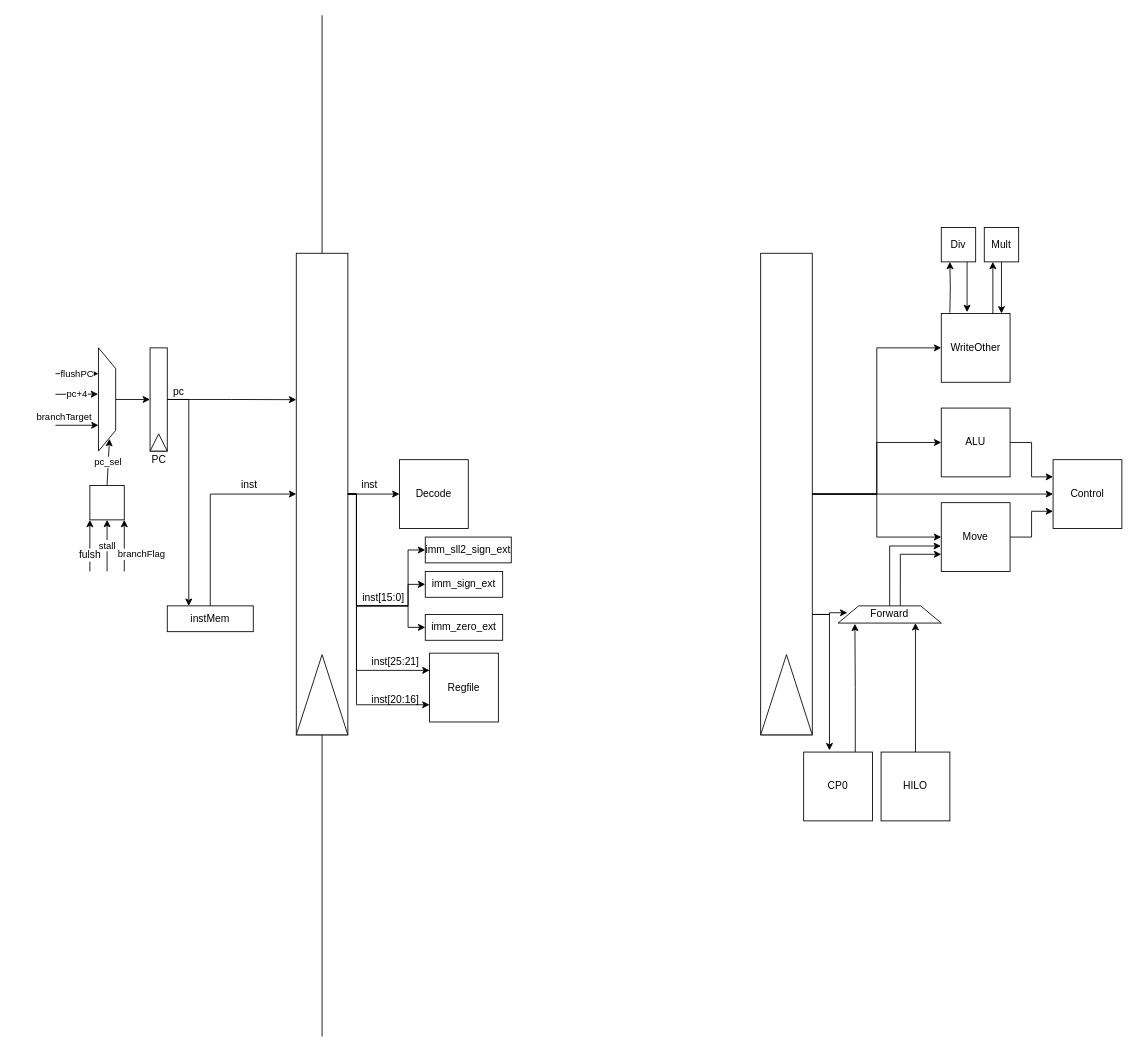
Earlier version of the draw.io diagram phoenix.drawio (amadeus-mips/amadeus-mips). Source tidied: cells renumbered, new cells numbered last; positions are measured from the earlier drawing's top-left corner, leaving out a move shared by most shapes. Both pictures are drawn from the tidied source at 86%, with x=0, y=0 at pixel (55, 15).
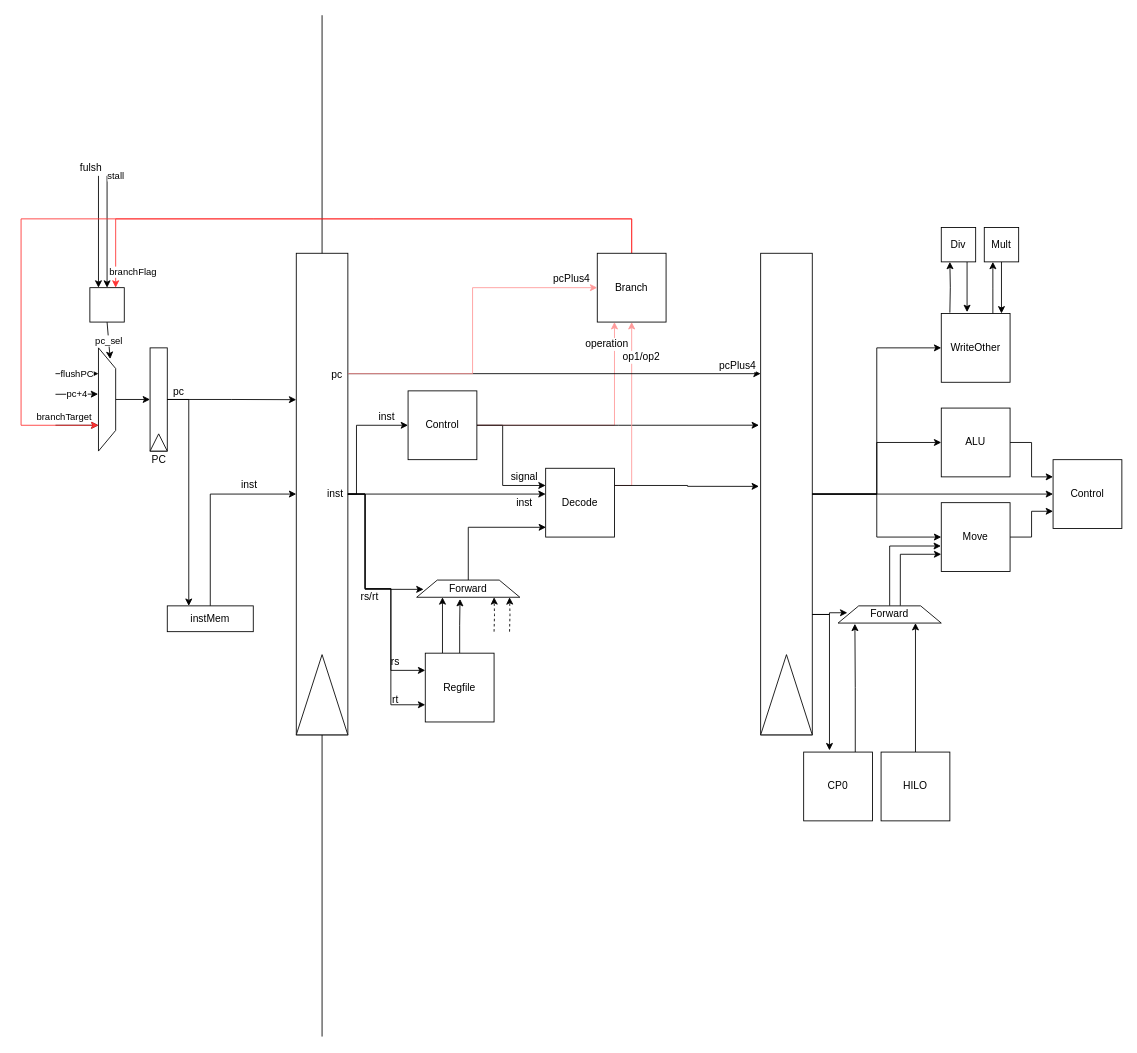
The same page after the edit.

The change refers to these unchanged cells:
```xml
<mxCell id="3" style="shape=trapezoid;whiteSpace=wrap;html=1;strokeColor=#000000;strokeWidth=1;rotation=90;points=[[0.75,1],[0.25,1],[0.5,1],[0.9,1],[0.5,0]];" parent="1" vertex="1">
  <mxGeometry y="437" width="120" height="20" as="geometry" />
</mxCell>
<mxCell id="21" style="group;" parent="1" vertex="1">
  <mxGeometry x="280" y="277" width="60" height="560" as="geometry" />
</mxCell>
<mxCell id="22" style="rounded=0;whiteSpace=wrap;html=1;strokeColor=#000000;strokeWidth=1;direction=south;" parent="21" vertex="1">
  <mxGeometry width="60" height="560" as="geometry" />
</mxCell>
<mxCell id="43" style="rounded=0;whiteSpace=wrap;html=1;strokeColor=#000000;strokeWidth=1;direction=south;" parent="42" vertex="1">
  <mxGeometry width="60" height="560" as="geometry" />
</mxCell>
```

Diff of the diagram source:
```diff
@@
-    <mxCell id="4" value="pc_sel" style="endArrow=classic;html=1;entryX=0.882;entryY=0.36;entryDx=0;entryDy=0;entryPerimeter=0;exitX=0.5;exitY=0;exitDx=0;exitDy=0;" parent="1" edge="1" source="5" target="3">
+    <mxCell id="4" value="pc_sel" style="endArrow=classic;html=1;exitX=0.5;exitY=1;exitDx=0;exitDy=0;entryX=0.108;entryY=0.32;entryDx=0;entryDy=0;entryPerimeter=0;" parent="1" edge="1" source="5" target="3">
       <mxGeometry relative="1" as="geometry" />
     </mxCell>
     <mxCell id="5" style="whiteSpace=wrap;html=1;" parent="1" vertex="1">
-      <mxGeometry x="40" y="547" width="40" height="40" as="geometry" />
+      <mxGeometry x="40" y="317" width="40" height="40" as="geometry" />
     </mxCell>
-    <mxCell id="6" style="endArrow=classic;html=1;entryX=0;entryY=1;entryDx=0;entryDy=0;" parent="1" edge="1" target="5">
+    <mxCell id="6" style="endArrow=classic;html=1;entryX=0.25;entryY=0;entryDx=0;entryDy=0;" parent="1" edge="1" target="5">
       <mxGeometry relative="1" as="geometry">
-        <mxPoint x="40" y="647" as="sourcePoint" />
+        <mxPoint x="50" y="187" as="sourcePoint" />
       </mxGeometry>
     </mxCell>
     <mxCell id="7" value="fulsh" style="text;html=1;align=center;verticalAlign=middle;labelBackgroundColor=#ffffff;" parent="6" vertex="1">
-      <mxGeometry x="-0.35" y="1" relative="1" as="geometry" />
+      <mxGeometry x="-0.35" y="1" relative="1" as="geometry">
+        <mxPoint x="-11" y="-52" as="offset" />
+      </mxGeometry>
     </mxCell>
-    <mxCell id="8" value="stall" style="endArrow=classic;html=1;entryX=0.5;entryY=1;entryDx=0;entryDy=0;" parent="1" edge="1" target="5">
-      <mxGeometry relative="1" as="geometry">
-        <mxPoint x="60" y="647" as="sourcePoint" />
+    <mxCell id="8" value="stall" style="endArrow=classic;html=1;entryX=0.5;entryY=0;entryDx=0;entryDy=0;" parent="1" edge="1" target="5">
+      <mxGeometry x="-1" y="10" relative="1" as="geometry">
+        <mxPoint x="60" y="187" as="sourcePoint" />
       </mxGeometry>
     </mxCell>
-    <mxCell id="9" value="branchFlag" style="endArrow=classic;html=1;entryX=1;entryY=1;entryDx=0;entryDy=0;" parent="1" edge="1" target="5">
-      <mxGeometry x="-0.33" y="-20" relative="1" as="geometry">
-        <mxPoint x="80" y="647" as="sourcePoint" />
+    <mxCell id="9" value="branchFlag" style="endArrow=classic;html=1;entryX=0.75;entryY=0;entryDx=0;entryDy=0;exitX=0.5;exitY=0;exitDx=0;exitDy=0;rounded=0;strokeColor=#FF3333;" parent="1" edge="1" source="91" target="5">
+      <mxGeometry x="0.95" y="20" relative="1" as="geometry">
+        <Array as="points">
+          <mxPoint x="670" y="237" />
+          <mxPoint x="370" y="237" />
+          <mxPoint x="70" y="237" />
+        </Array>
       </mxGeometry>
     </mxCell>
@@
+    <mxCell id="70" value="inst" style="text;html=1;align=center;verticalAlign=middle;" parent="21" vertex="1">
+      <mxGeometry x="30" y="270" width="30" height="20" as="geometry" />
+    </mxCell>
@@
+    <mxCell id="71" value="&lt;br&gt;" style="edgeStyle=orthogonalEdgeStyle;rounded=0;jettySize=auto;html=1;exitX=1;exitY=0.5;exitDx=0;exitDy=0;entryX=0;entryY=0.25;entryDx=0;entryDy=0;" parent="1" edge="1" source="27" target="86">
+      <mxGeometry x="0.36" relative="1" as="geometry">
+        <Array as="points">
+          <mxPoint x="520" y="477" />
+          <mxPoint x="520" y="547" />
+        </Array>
+      </mxGeometry>
+    </mxCell>
+    <mxCell id="72" style="edgeStyle=orthogonalEdgeStyle;rounded=0;jettySize=auto;html=1;exitX=1;exitY=0.5;exitDx=0;exitDy=0;entryX=0.25;entryY=1;entryDx=0;entryDy=0;strokeColor=#FF9999;" parent="1" edge="1" source="27" target="91">
+      <mxGeometry relative="1" as="geometry" />
+    </mxCell>
+    <mxCell id="73" value="operation" style="text;html=1;align=center;verticalAlign=middle;labelBackgroundColor=#ffffff;" parent="72" vertex="1">
+      <mxGeometry x="0.85" y="-2" relative="1" as="geometry">
+        <mxPoint x="-12" y="4" as="offset" />
+      </mxGeometry>
+    </mxCell>
+    <mxCell id="74" style="edgeStyle=orthogonalEdgeStyle;rounded=0;jettySize=auto;html=1;exitX=1;exitY=0.5;exitDx=0;exitDy=0;entryX=0.357;entryY=1.033;entryDx=0;entryDy=0;entryPerimeter=0;strokeColor=#000000;" parent="1" edge="1" source="27" target="43">
+      <mxGeometry relative="1" as="geometry" />
+    </mxCell>
-    <mxCell id="27" value="Decode" style="whiteSpace=wrap;html=1;" parent="1" vertex="1">
-      <mxGeometry x="400" y="517" width="80" height="80" as="geometry" />
+    <mxCell id="27" value="Control" style="whiteSpace=wrap;html=1;" parent="1" vertex="1">
+      <mxGeometry x="410" y="437" width="80" height="80" as="geometry" />
     </mxCell>
     <mxCell id="28" style="edgeStyle=orthogonalEdgeStyle;rounded=0;jettySize=auto;html=1;exitX=0.5;exitY=0;exitDx=0;exitDy=0;entryX=0;entryY=0.5;entryDx=0;entryDy=0;" parent="1" edge="1" source="22" target="27">
-      <mxGeometry relative="1" as="geometry" />
+      <mxGeometry relative="1" as="geometry">
+        <Array as="points">
+          <mxPoint x="350" y="557" />
+          <mxPoint x="350" y="477" />
+        </Array>
+      </mxGeometry>
     </mxCell>
     <mxCell id="29" value="inst" style="text;html=1;align=center;verticalAlign=middle;" parent="1" vertex="1">
-      <mxGeometry x="350" y="537" width="30" height="20" as="geometry" />
+      <mxGeometry x="370" y="457" width="30" height="20" as="geometry" />
     </mxCell>
-    <mxCell id="30" style="edgeStyle=orthogonalEdgeStyle;rounded=0;jettySize=auto;html=1;exitX=0.5;exitY=0;exitDx=0;exitDy=0;entryX=0;entryY=0.5;entryDx=0;entryDy=0;" parent="1" edge="1" source="22" target="32">
-      <mxGeometry relative="1" as="geometry">
-        <Array as="points">
-          <mxPoint x="350" y="557" />
-          <mxPoint x="350" y="687" />
-          <mxPoint x="410" y="687" />
-          <mxPoint x="410" y="662" />
-        </Array>
-      </mxGeometry>
-    </mxCell>
-    <mxCell id="31" value="inst[15:0]" style="text;html=1;align=center;verticalAlign=middle;labelBackgroundColor=#ffffff;" parent="30" vertex="1">
-      <mxGeometry x="0.73" y="5" relative="1" as="geometry">
-        <mxPoint x="-25" y="2" as="offset" />
-      </mxGeometry>
-    </mxCell>
-    <mxCell id="32" value="imm_sign_ext" style="rounded=0;whiteSpace=wrap;html=1;" parent="1" vertex="1">
-      <mxGeometry x="430" y="647" width="90" height="30" as="geometry" />
-    </mxCell>
-    <mxCell id="33" style="edgeStyle=orthogonalEdgeStyle;rounded=0;jettySize=auto;html=1;exitX=0.5;exitY=0;exitDx=0;exitDy=0;entryX=0;entryY=0.5;entryDx=0;entryDy=0;" parent="1" edge="1" source="22" target="34">
-      <mxGeometry relative="1" as="geometry">
-        <Array as="points">
-          <mxPoint x="350" y="557" />
-          <mxPoint x="350" y="687" />
-          <mxPoint x="410" y="687" />
-          <mxPoint x="410" y="712" />
-        </Array>
-      </mxGeometry>
-    </mxCell>
-    <mxCell id="34" value="imm_zero_ext" style="rounded=0;whiteSpace=wrap;html=1;" parent="1" vertex="1">
-      <mxGeometry x="430" y="697" width="90" height="30" as="geometry" />
-    </mxCell>
+    <mxCell id="75" style="edgeStyle=orthogonalEdgeStyle;rounded=0;jettySize=auto;html=1;exitX=0.25;exitY=0;exitDx=0;exitDy=0;entryX=0.25;entryY=1;entryDx=0;entryDy=0;" parent="1" edge="1" source="35" target="79">
+      <mxGeometry relative="1" as="geometry" />
+    </mxCell>
+    <mxCell id="76" style="edgeStyle=orthogonalEdgeStyle;rounded=0;jettySize=auto;html=1;exitX=0.5;exitY=0;exitDx=0;exitDy=0;entryX=0.42;entryY=1.1;entryDx=0;entryDy=0;entryPerimeter=0;" parent="1" edge="1" source="35" target="79">
+      <mxGeometry relative="1" as="geometry" />
+    </mxCell>
     <mxCell id="35" value="Regfile" style="whiteSpace=wrap;html=1;" parent="1" vertex="1">
-      <mxGeometry x="435" y="742" width="80" height="80" as="geometry" />
+      <mxGeometry x="430" y="742" width="80" height="80" as="geometry" />
     </mxCell>
     <mxCell id="36" style="edgeStyle=orthogonalEdgeStyle;rounded=0;jettySize=auto;html=1;exitX=0.5;exitY=0;exitDx=0;exitDy=0;entryX=0;entryY=0.25;entryDx=0;entryDy=0;" parent="1" edge="1" source="22" target="35">
       <mxGeometry relative="1" as="geometry">
         <Array as="points">
-          <mxPoint x="350" y="557" />
-          <mxPoint x="350" y="762" />
+          <mxPoint x="360" y="557" />
+          <mxPoint x="360" y="667" />
+          <mxPoint x="390" y="667" />
+          <mxPoint x="390" y="762" />
         </Array>
       </mxGeometry>
     </mxCell>
-    <mxCell id="37" value="inst[25:21]" style="text;html=1;align=center;verticalAlign=middle;" parent="1" vertex="1">
-      <mxGeometry x="360" y="742" width="70" height="20" as="geometry" />
+    <mxCell id="37" value="rs" style="text;html=1;align=center;verticalAlign=middle;" parent="1" vertex="1">
+      <mxGeometry x="380" y="742" width="30" height="20" as="geometry" />
     </mxCell>
     <mxCell id="38" style="edgeStyle=orthogonalEdgeStyle;rounded=0;jettySize=auto;html=1;exitX=0.5;exitY=0;exitDx=0;exitDy=0;entryX=0;entryY=0.75;entryDx=0;entryDy=0;" parent="1" edge="1" source="22" target="35">
       <mxGeometry relative="1" as="geometry">
         <Array as="points">
-          <mxPoint x="350" y="557" />
-          <mxPoint x="350" y="802" />
+          <mxPoint x="360" y="557" />
+          <mxPoint x="360" y="667" />
+          <mxPoint x="390" y="667" />
+          <mxPoint x="390" y="802" />
         </Array>
       </mxGeometry>
     </mxCell>
-    <mxCell id="39" value="inst[20:16]" style="text;html=1;align=center;verticalAlign=middle;" parent="1" vertex="1">
-      <mxGeometry x="360" y="787" width="70" height="20" as="geometry" />
+    <mxCell id="39" value="rt" style="text;html=1;align=center;verticalAlign=middle;" parent="1" vertex="1">
+      <mxGeometry x="385" y="787" width="20" height="20" as="geometry" />
     </mxCell>
-    <mxCell id="40" value="imm_sll2_sign_ext" style="rounded=0;whiteSpace=wrap;html=1;" parent="1" vertex="1">
-      <mxGeometry x="430" y="607" width="100" height="30" as="geometry" />
-    </mxCell>
-    <mxCell id="41" style="edgeStyle=orthogonalEdgeStyle;rounded=0;jettySize=auto;html=1;exitX=0.5;exitY=0;exitDx=0;exitDy=0;entryX=0;entryY=0.5;entryDx=0;entryDy=0;" parent="1" edge="1" source="22" target="40">
-      <mxGeometry relative="1" as="geometry">
-        <Array as="points">
-          <mxPoint x="350" y="557" />
-          <mxPoint x="350" y="687" />
-          <mxPoint x="410" y="687" />
-          <mxPoint x="410" y="622" />
-        </Array>
-      </mxGeometry>
-    </mxCell>
@@
+    <mxCell id="77" style="edgeStyle=orthogonalEdgeStyle;rounded=0;jettySize=auto;html=1;exitX=0.9;exitY=1;exitDx=0;exitDy=0;dashed=1;entryX=0.9;entryY=1;entryDx=0;entryDy=0;" parent="1" edge="1" target="79">
+      <mxGeometry relative="1" as="geometry">
+        <mxPoint x="528" y="717" as="sourcePoint" />
+      </mxGeometry>
+    </mxCell>
+    <mxCell id="78" style="edgeStyle=orthogonalEdgeStyle;rounded=0;jettySize=auto;html=1;exitX=0.5;exitY=0;exitDx=0;exitDy=0;entryX=0.005;entryY=0.858;entryDx=0;entryDy=0;entryPerimeter=0;" parent="1" edge="1" source="79" target="86">
+      <mxGeometry relative="1" as="geometry" />
+    </mxCell>
+    <mxCell id="79" value="Forward" style="shape=trapezoid;whiteSpace=wrap;html=1;strokeColor=#000000;strokeWidth=1;rotation=0;points=[[0.75,1],[0.25,1],[0.5,1],[0.9,1],[0.5,0]];" parent="1" vertex="1">
+      <mxGeometry x="420" y="657" width="120" height="20" as="geometry" />
+    </mxCell>
+    <mxCell id="80" style="edgeStyle=orthogonalEdgeStyle;rounded=0;jettySize=auto;html=1;exitX=0.5;exitY=0;exitDx=0;exitDy=0;entryX=0.067;entryY=0.54;entryDx=0;entryDy=0;entryPerimeter=0;" parent="1" edge="1" source="22" target="79">
+      <mxGeometry relative="1" as="geometry">
+        <Array as="points">
+          <mxPoint x="360" y="557" />
+          <mxPoint x="360" y="668" />
+        </Array>
+      </mxGeometry>
+    </mxCell>
+    <mxCell id="81" value="rs/rt" style="text;html=1;align=center;verticalAlign=middle;" parent="1" vertex="1">
+      <mxGeometry x="345" y="667" width="40" height="20" as="geometry" />
+    </mxCell>
+    <mxCell id="82" style="edgeStyle=orthogonalEdgeStyle;rounded=0;jettySize=auto;html=1;exitX=0.75;exitY=1;exitDx=0;exitDy=0;entryX=0.75;entryY=1;entryDx=0;entryDy=0;dashed=1;" parent="1" edge="1" target="79">
+      <mxGeometry relative="1" as="geometry">
+        <mxPoint x="510" y="717" as="sourcePoint" />
+      </mxGeometry>
+    </mxCell>
+    <mxCell id="83" style="edgeStyle=orthogonalEdgeStyle;rounded=0;jettySize=auto;html=1;exitX=1;exitY=0.25;exitDx=0;exitDy=0;entryX=0.5;entryY=1;entryDx=0;entryDy=0;strokeColor=#FF9999;" parent="1" edge="1" source="86" target="91">
+      <mxGeometry relative="1" as="geometry" />
+    </mxCell>
+    <mxCell id="84" value="op1/op2" style="text;html=1;align=center;verticalAlign=middle;labelBackgroundColor=#ffffff;" parent="83" vertex="1">
+      <mxGeometry x="0.45" relative="1" as="geometry">
+        <mxPoint x="10" y="-18" as="offset" />
+      </mxGeometry>
+    </mxCell>
+    <mxCell id="85" style="edgeStyle=orthogonalEdgeStyle;rounded=0;jettySize=auto;html=1;exitX=1;exitY=0.25;exitDx=0;exitDy=0;entryX=0.484;entryY=1.033;entryDx=0;entryDy=0;entryPerimeter=0;strokeColor=#000000;" parent="1" edge="1" source="86" target="43">
+      <mxGeometry relative="1" as="geometry" />
+    </mxCell>
+    <mxCell id="86" value="Decode" style="whiteSpace=wrap;html=1;" parent="1" vertex="1">
+      <mxGeometry x="570" y="527" width="80" height="80" as="geometry" />
+    </mxCell>
+    <mxCell id="87" style="edgeStyle=orthogonalEdgeStyle;rounded=0;jettySize=auto;html=1;exitX=0.5;exitY=0;exitDx=0;exitDy=0;" parent="1" edge="1" source="22">
+      <mxGeometry relative="1" as="geometry">
+        <mxPoint x="570" y="557" as="targetPoint" />
+        <Array as="points">
+          <mxPoint x="570" y="557" />
+        </Array>
+      </mxGeometry>
+    </mxCell>
+    <mxCell id="88" value="inst" style="text;html=1;align=center;verticalAlign=middle;" parent="1" vertex="1">
+      <mxGeometry x="530" y="557" width="30" height="20" as="geometry" />
+    </mxCell>
+    <mxCell id="89" value="signal" style="text;html=1;align=center;verticalAlign=middle;" parent="1" vertex="1">
+      <mxGeometry x="520" y="527" width="50" height="20" as="geometry" />
+    </mxCell>
+    <mxCell id="90" style="edgeStyle=orthogonalEdgeStyle;rounded=0;jettySize=auto;html=1;exitX=0.5;exitY=0;exitDx=0;exitDy=0;entryX=0.75;entryY=1;entryDx=0;entryDy=0;noJump=1;fillColor=#cdeb8b;strokeColor=#FF3333;" parent="1" edge="1" source="91" target="3">
+      <mxGeometry relative="1" as="geometry">
+        <Array as="points">
+          <mxPoint x="670" y="237" />
+          <mxPoint x="-40" y="237" />
+          <mxPoint x="-40" y="477" />
+        </Array>
+      </mxGeometry>
+    </mxCell>
+    <mxCell id="91" value="Branch" style="whiteSpace=wrap;html=1;" parent="1" vertex="1">
+      <mxGeometry x="630" y="277" width="80" height="80" as="geometry" />
+    </mxCell>
+    <mxCell id="92" style="edgeStyle=orthogonalEdgeStyle;rounded=0;jettySize=auto;html=1;exitX=0.25;exitY=0;exitDx=0;exitDy=0;entryX=0.25;entryY=1;entryDx=0;entryDy=0;strokeColor=#000000;" parent="1" edge="1" source="22" target="43">
+      <mxGeometry relative="1" as="geometry" />
+    </mxCell>
+    <mxCell id="93" value="pcPlus4" style="text;html=1;align=center;verticalAlign=middle;labelBackgroundColor=#ffffff;" parent="92" vertex="1">
+      <mxGeometry x="0.94" y="4" relative="1" as="geometry">
+        <mxPoint x="-14" y="-6" as="offset" />
+      </mxGeometry>
+    </mxCell>
+    <mxCell id="94" style="edgeStyle=orthogonalEdgeStyle;rounded=0;jettySize=auto;html=1;exitX=0.25;exitY=0;exitDx=0;exitDy=0;strokeColor=#FF9999;" parent="1" edge="1" source="22" target="91">
+      <mxGeometry relative="1" as="geometry" />
+    </mxCell>
+    <mxCell id="95" value="pc" style="text;html=1;align=center;verticalAlign=middle;labelBackgroundColor=#ffffff;" parent="94" vertex="1">
+      <mxGeometry x="-0.79" y="-1" relative="1" as="geometry">
+        <mxPoint x="-55" y="-1" as="offset" />
+      </mxGeometry>
+    </mxCell>
+    <mxCell id="96" value="pcPlus4" style="text;html=1;align=center;verticalAlign=middle;" parent="1" vertex="1">
+      <mxGeometry x="570" y="297" width="60" height="20" as="geometry" />
+    </mxCell>
```
